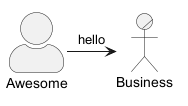
Before: tests/corpus/sequence/actor-styles.golden/actor-styles.png, a diagram exported from PlantUML (h3ll5ur7er/rockuml). Its diagram source:
```plantuml
@startuml
skinparam actorStyle awesome
actor Awesome
actor/ Business
Awesome -> Business : hello
@enduml
```
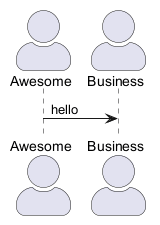
After the commit.

Change to the diagram source:
```diff
@@ -1,6 +1,6 @@
 @startuml
 skinparam actorStyle awesome
 actor Awesome
-actor/ Business
+actor Business
 Awesome -> Business : hello
 @enduml
```
